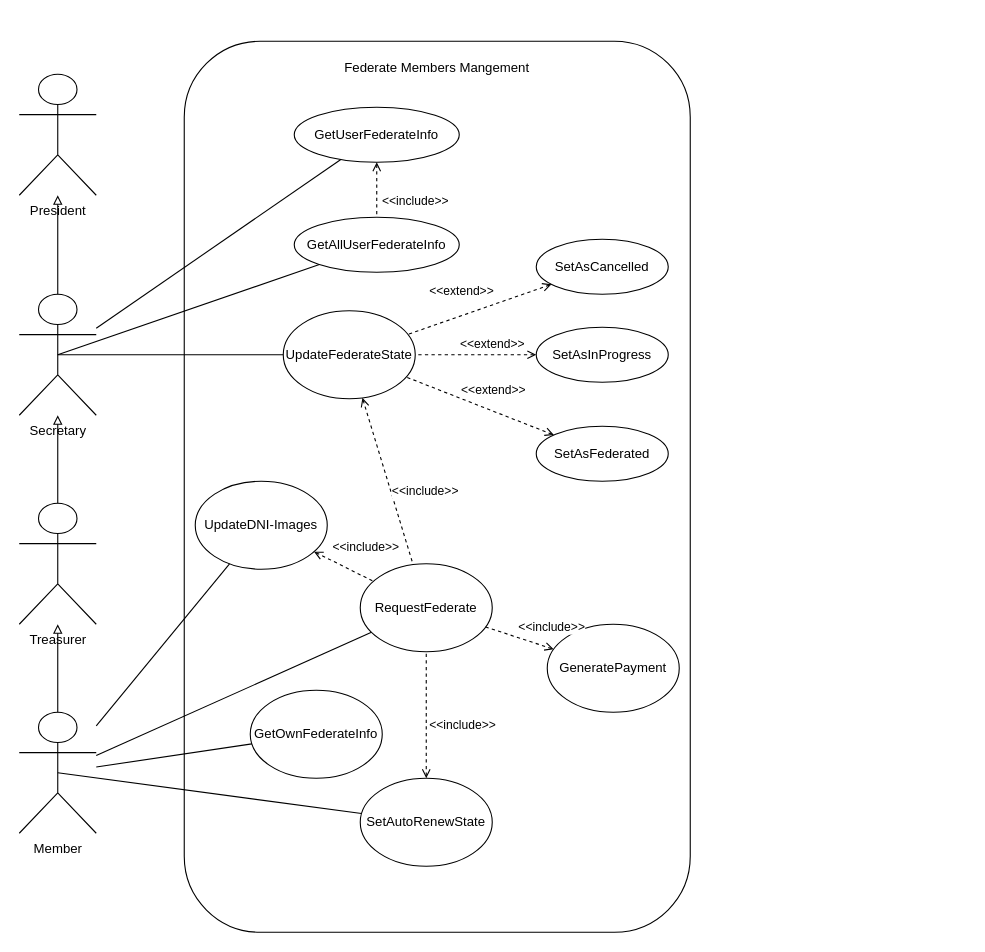
Earlier version of the draw.io diagram doc/Diagrams/CaseUse/MembersManagement.drawio (kunder93/cxn_back). Source tidied: cells renumbered, new cells numbered last; positions are measured from the earlier drawing's top-left corner, leaving out a move shared by most shapes. Both pictures are drawn from the tidied source at 110%, with x=0, y=0 at pixel (19, 41).
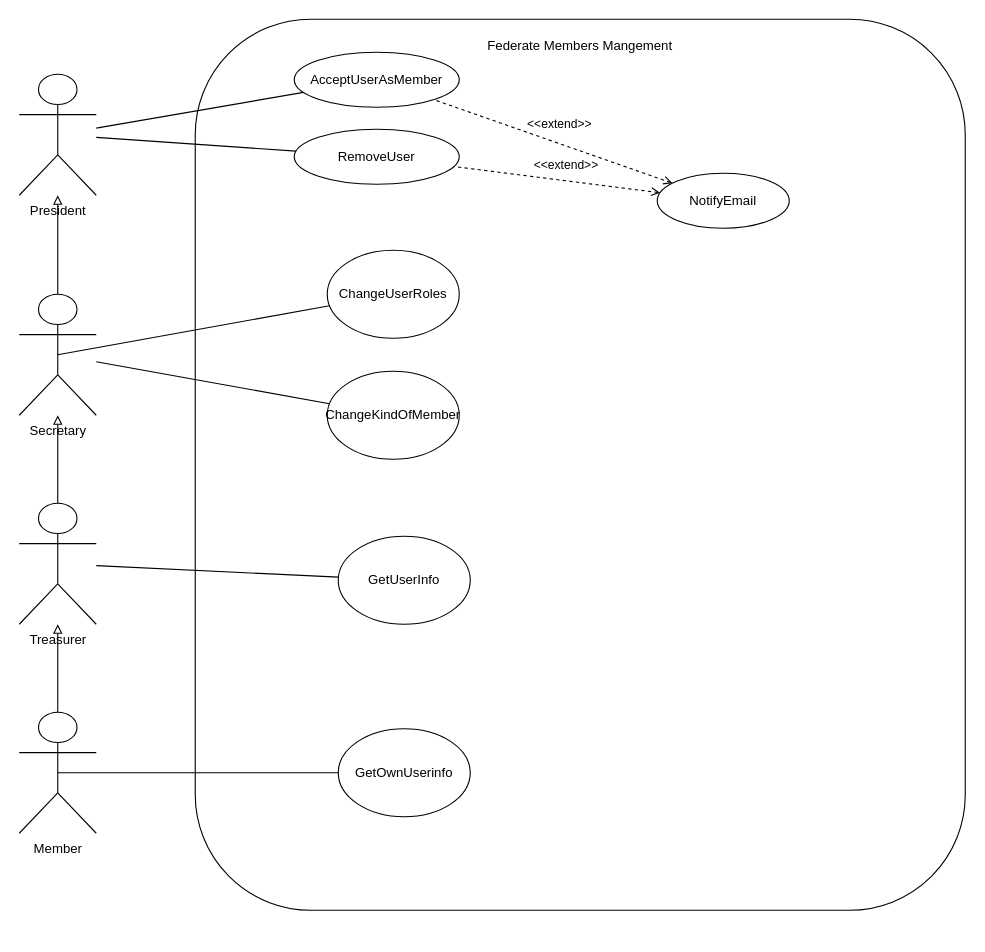
Above is the later version.

Unchanged cells that the change refers to:
```xml
<mxCell id="3" value="President" style="shape=umlActor;verticalLabelPosition=bottom;verticalAlign=top;html=1;outlineConnect=0;" parent="1" vertex="1">
  <mxGeometry y="30" width="70" height="110" as="geometry" />
</mxCell>
<mxCell id="4" value="Member" style="shape=umlActor;verticalLabelPosition=bottom;verticalAlign=top;html=1;outlineConnect=0;" parent="1" vertex="1">
  <mxGeometry y="610" width="70" height="110" as="geometry" />
</mxCell>
<mxCell id="8" value="Secretary" style="shape=umlActor;verticalLabelPosition=bottom;verticalAlign=top;html=1;outlineConnect=0;" parent="1" vertex="1">
  <mxGeometry y="230" width="70" height="110" as="geometry" />
</mxCell>
<mxCell id="29" value="Treasurer" style="shape=umlActor;verticalLabelPosition=bottom;verticalAlign=top;html=1;outlineConnect=0;" parent="1" vertex="1">
  <mxGeometry y="420" width="70" height="110" as="geometry" />
</mxCell>
```

Diff of the diagram source:
```diff
@@
     <mxCell id="2" value="&lt;div&gt;Federate Members Mangement&lt;/div&gt;&lt;div&gt;&lt;br&gt;&lt;/div&gt;&lt;div&gt;&lt;br&gt;&lt;/div&gt;&lt;div&gt;&lt;br&gt;&lt;/div&gt;&lt;div&gt;&lt;br&gt;&lt;/div&gt;&lt;div&gt;&lt;br&gt;&lt;/div&gt;&lt;div&gt;&lt;br&gt;&lt;/div&gt;&lt;div&gt;&lt;br&gt;&lt;/div&gt;&lt;div&gt;&lt;br&gt;&lt;/div&gt;&lt;div&gt;&lt;br&gt;&lt;/div&gt;&lt;div&gt;&lt;br&gt;&lt;/div&gt;&lt;div&gt;&lt;br&gt;&lt;/div&gt;&lt;div&gt;&lt;br&gt;&lt;/div&gt;&lt;div&gt;&lt;br&gt;&lt;/div&gt;&lt;div&gt;&lt;br&gt;&lt;/div&gt;&lt;div&gt;&lt;br&gt;&lt;/div&gt;&lt;div&gt;&lt;br&gt;&lt;/div&gt;&lt;div&gt;&lt;br&gt;&lt;/div&gt;&lt;div&gt;&lt;br&gt;&lt;/div&gt;&lt;div&gt;&lt;br&gt;&lt;/div&gt;&lt;div&gt;&lt;br&gt;&lt;/div&gt;&lt;div&gt;&lt;br&gt;&lt;/div&gt;&lt;div&gt;&lt;br&gt;&lt;/div&gt;&lt;div&gt;&lt;br&gt;&lt;/div&gt;&lt;div&gt;&lt;br&gt;&lt;/div&gt;&lt;div&gt;&lt;br&gt;&lt;/div&gt;&lt;div&gt;&lt;br&gt;&lt;/div&gt;&lt;div&gt;&lt;br&gt;&lt;/div&gt;&lt;div&gt;&lt;br&gt;&lt;/div&gt;&lt;div&gt;&lt;br&gt;&lt;/div&gt;&lt;div&gt;&lt;br&gt;&lt;/div&gt;&lt;div&gt;&lt;br&gt;&lt;/div&gt;&lt;div&gt;&lt;br&gt;&lt;/div&gt;&lt;div&gt;&lt;br&gt;&lt;/div&gt;&lt;div&gt;&lt;br&gt;&lt;/div&gt;&lt;div&gt;&lt;br&gt;&lt;/div&gt;&lt;div&gt;&lt;br&gt;&lt;/div&gt;&lt;div&gt;&lt;br&gt;&lt;/div&gt;&lt;div&gt;&lt;br&gt;&lt;/div&gt;&lt;div&gt;&lt;br&gt;&lt;/div&gt;&lt;div&gt;&lt;br&gt;&lt;/div&gt;&lt;div&gt;&lt;br&gt;&lt;/div&gt;&lt;div&gt;&lt;br&gt;&lt;/div&gt;&lt;div&gt;&lt;br&gt;&lt;/div&gt;&lt;div&gt;&lt;br&gt;&lt;/div&gt;&lt;div&gt;&lt;br&gt;&lt;/div&gt;&lt;div&gt;&lt;br&gt;&lt;/div&gt;&lt;div&gt;&lt;br&gt;&lt;/div&gt;&lt;div&gt;&lt;br&gt;&lt;/div&gt;&lt;div&gt;&lt;br&gt;&lt;/div&gt;&lt;div&gt;&lt;br&gt;&lt;/div&gt;&lt;div&gt;&lt;br&gt;&lt;/div&gt;&lt;div&gt;&lt;br&gt;&lt;/div&gt;&lt;div&gt;&lt;br&gt;&lt;/div&gt;" style="rounded=1;whiteSpace=wrap;html=1;" parent="1" vertex="1">
-      <mxGeometry x="150" width="460" height="810" as="geometry" />
+      <mxGeometry x="160" y="-20" width="700" height="810" as="geometry" />
     </mxCell>
@@
-    <mxCell id="5" value="RequestFederate" style="ellipse;whiteSpace=wrap;html=1;" parent="1" vertex="1">
-      <mxGeometry x="310" y="475" width="120" height="80" as="geometry" />
-    </mxCell>
-    <mxCell id="6" value="SetAsCancelled" style="ellipse;whiteSpace=wrap;html=1;" parent="1" vertex="1">
-      <mxGeometry x="470" y="180" width="120" height="50" as="geometry" />
-    </mxCell>
-    <mxCell id="7" value="GeneratePayment" style="ellipse;whiteSpace=wrap;html=1;" parent="1" vertex="1">
-      <mxGeometry x="480" y="530" width="120" height="80" as="geometry" />
-    </mxCell>
@@
-    <mxCell id="9" style="endArrow=none;html=1;rounded=0;" parent="1" edge="1" source="4" target="5">
-      <mxGeometry relative="1" as="geometry" />
-    </mxCell>
-    <mxCell id="10" style="endArrow=none;html=1;rounded=0;dashed=1;strokeColor=default;startArrow=open;startFill=0;" parent="1" edge="1" source="7" target="5">
-      <mxGeometry relative="1" as="geometry" />
-    </mxCell>
-    <mxCell id="11" value="&amp;lt;&amp;lt;include&amp;gt;&amp;gt;" style="edgeLabel;html=1;align=center;verticalAlign=middle;" parent="10" vertex="1">
-      <mxGeometry y="1" relative="1" as="geometry">
-        <mxPoint x="29" y="-11" as="offset" />
-      </mxGeometry>
-    </mxCell>
-    <mxCell id="12" value="UpdateDNI-Images" style="ellipse;whiteSpace=wrap;html=1;" parent="1" vertex="1">
-      <mxGeometry x="160" y="400" width="120" height="80" as="geometry" />
-    </mxCell>
-    <mxCell id="13" style="endArrow=none;html=1;rounded=0;" parent="1" edge="1" source="4" target="12">
-      <mxGeometry relative="1" as="geometry" />
-    </mxCell>
-    <mxCell id="14" style="endArrow=none;html=1;rounded=0;dashed=1;strokeColor=default;startArrow=open;startFill=0;" parent="1" edge="1" source="12" target="5">
-      <mxGeometry relative="1" as="geometry" />
-    </mxCell>
-    <mxCell id="15" value="&amp;lt;&amp;lt;include&amp;gt;&amp;gt;" style="edgeLabel;html=1;align=center;verticalAlign=middle;" parent="14" vertex="1">
-      <mxGeometry y="1" relative="1" as="geometry">
-        <mxPoint x="19" y="-17" as="offset" />
-      </mxGeometry>
-    </mxCell>
-    <mxCell id="16" value="UpdateFederateState" style="ellipse;whiteSpace=wrap;html=1;" parent="1" vertex="1">
-      <mxGeometry x="240" y="245" width="120" height="80" as="geometry" />
+    <mxCell id="16" value="ChangeUserRoles" style="ellipse;whiteSpace=wrap;html=1;" parent="1" vertex="1">
+      <mxGeometry x="280" y="190" width="120" height="80" as="geometry" />
     </mxCell>
-    <mxCell id="17" value="SetAsFederated" style="ellipse;whiteSpace=wrap;html=1;" parent="1" vertex="1">
-      <mxGeometry x="470" y="350" width="120" height="50" as="geometry" />
-    </mxCell>
-    <mxCell id="18" style="endArrow=none;html=1;rounded=0;dashed=1;startArrow=open;startFill=0;" parent="1" edge="1" source="6" target="16">
-      <mxGeometry relative="1" as="geometry" />
-    </mxCell>
-    <mxCell id="19" value="&amp;lt;&amp;lt;extend&amp;gt;&amp;gt;" style="edgeLabel;html=1;align=center;verticalAlign=middle;" parent="18" vertex="1">
-      <mxGeometry x="-0.01" y="-2" relative="1" as="geometry">
-        <mxPoint x="-17" y="-15" as="offset" />
-      </mxGeometry>
-    </mxCell>
-    <mxCell id="20" style="endArrow=none;html=1;rounded=0;dashed=1;startArrow=open;startFill=0;" parent="1" edge="1" source="17" target="16">
-      <mxGeometry relative="1" as="geometry" />
-    </mxCell>
-    <mxCell id="21" value="&amp;lt;&amp;lt;extend&amp;gt;&amp;gt;" style="edgeLabel;html=1;align=center;verticalAlign=middle;" parent="20" vertex="1">
-      <mxGeometry x="0.15" y="1" relative="1" as="geometry">
-        <mxPoint x="22" y="-12" as="offset" />
-      </mxGeometry>
-    </mxCell>
-    <mxCell id="22" value="SetAsInProgress" style="ellipse;whiteSpace=wrap;html=1;" parent="1" vertex="1">
-      <mxGeometry x="470" y="260" width="120" height="50" as="geometry" />
+    <mxCell id="22" value="NotifyEmail" style="ellipse;whiteSpace=wrap;html=1;" parent="1" vertex="1">
+      <mxGeometry x="580" y="120" width="120" height="50" as="geometry" />
     </mxCell>
-    <mxCell id="23" style="endArrow=none;html=1;rounded=0;dashed=1;startArrow=open;startFill=0;" parent="1" edge="1" source="22" target="16">
+    <mxCell id="23" style="endArrow=none;html=1;rounded=0;dashed=1;startArrow=open;startFill=0;" parent="1" edge="1" source="22" target="34">
       <mxGeometry relative="1" as="geometry" />
     </mxCell>
@@
-    <mxCell id="25" style="endArrow=none;html=1;rounded=0;dashed=1;strokeColor=default;startArrow=open;startFill=0;" parent="1" edge="1" source="16" target="5">
-      <mxGeometry relative="1" as="geometry" />
-    </mxCell>
-    <mxCell id="26" value="&amp;lt;&amp;lt;include&amp;gt;&amp;gt;" style="edgeLabel;html=1;align=center;verticalAlign=middle;" parent="25" vertex="1">
-      <mxGeometry y="1" relative="1" as="geometry">
-        <mxPoint x="33" y="9" as="offset" />
-      </mxGeometry>
-    </mxCell>
@@
-    <mxCell id="31" value="GetOwnFederateInfo" style="ellipse;whiteSpace=wrap;html=1;" parent="1" vertex="1">
-      <mxGeometry x="210" y="590" width="120" height="80" as="geometry" />
-    </mxCell>
-    <mxCell id="32" style="endArrow=none;html=1;rounded=0;" parent="1" edge="1" source="4" target="31">
-      <mxGeometry relative="1" as="geometry" />
-    </mxCell>
-    <mxCell id="33" value="GetUserFederateInfo" style="ellipse;whiteSpace=wrap;html=1;" parent="1" vertex="1">
-      <mxGeometry x="250" y="60" width="150" height="50" as="geometry" />
+    <mxCell id="33" value="AcceptUserAsMember" style="ellipse;whiteSpace=wrap;html=1;" parent="1" vertex="1">
+      <mxGeometry x="250" y="10" width="150" height="50" as="geometry" />
     </mxCell>
-    <mxCell id="34" value="GetAllUserFederateInfo" style="ellipse;whiteSpace=wrap;html=1;" parent="1" vertex="1">
-      <mxGeometry x="250" y="160" width="150" height="50" as="geometry" />
+    <mxCell id="34" value="RemoveUser" style="ellipse;whiteSpace=wrap;html=1;" parent="1" vertex="1">
+      <mxGeometry x="250" y="80" width="150" height="50" as="geometry" />
     </mxCell>
-    <mxCell id="35" style="endArrow=none;html=1;rounded=0;dashed=1;strokeColor=default;startArrow=open;startFill=0;" parent="1" edge="1" source="33" target="34">
-      <mxGeometry relative="1" as="geometry" />
-    </mxCell>
-    <mxCell id="36" value="&amp;lt;&amp;lt;include&amp;gt;&amp;gt;" style="edgeLabel;html=1;align=center;verticalAlign=middle;" parent="35" vertex="1">
-      <mxGeometry y="1" relative="1" as="geometry">
-        <mxPoint x="33" y="9" as="offset" />
-      </mxGeometry>
-    </mxCell>
-    <mxCell id="37" style="endArrow=none;html=1;rounded=0;exitX=0.5;exitY=0.5;exitDx=0;exitDy=0;exitPerimeter=0;" parent="1" edge="1" source="8" target="34">
+    <mxCell id="37" style="endArrow=none;html=1;rounded=0;" parent="1" edge="1" source="3" target="34">
       <mxGeometry relative="1" as="geometry" />
     </mxCell>
-    <mxCell id="38" style="endArrow=none;html=1;rounded=0;" parent="1" edge="1" source="8" target="33">
+    <mxCell id="38" style="endArrow=none;html=1;rounded=0;" parent="1" edge="1" source="3" target="33">
       <mxGeometry relative="1" as="geometry" />
     </mxCell>
-    <mxCell id="39" value="SetAutoRenewState" style="ellipse;whiteSpace=wrap;html=1;" parent="1" vertex="1">
-      <mxGeometry x="310" y="670" width="120" height="80" as="geometry" />
+    <mxCell id="39" value="GetOwnUserinfo" style="ellipse;whiteSpace=wrap;html=1;" parent="1" vertex="1">
+      <mxGeometry x="290" y="625" width="120" height="80" as="geometry" />
     </mxCell>
@@
-    <mxCell id="41" style="endArrow=none;html=1;rounded=0;dashed=1;strokeColor=default;startArrow=open;startFill=0;" parent="1" edge="1" source="39" target="5">
-      <mxGeometry relative="1" as="geometry" />
-    </mxCell>
-    <mxCell id="42" value="&amp;lt;&amp;lt;include&amp;gt;&amp;gt;" style="edgeLabel;html=1;align=center;verticalAlign=middle;" parent="41" vertex="1">
-      <mxGeometry y="1" relative="1" as="geometry">
-        <mxPoint x="33" y="9" as="offset" />
-      </mxGeometry>
-    </mxCell>
@@
+    <mxCell id="44" value="ChangeKindOfMember" style="ellipse;whiteSpace=wrap;html=1;" parent="1" vertex="1">
+      <mxGeometry x="280" y="300" width="120" height="80" as="geometry" />
+    </mxCell>
+    <mxCell id="45" style="endArrow=none;html=1;rounded=0;" parent="1" edge="1" source="8" target="44">
+      <mxGeometry relative="1" as="geometry" />
+    </mxCell>
+    <mxCell id="46" value="GetUserInfo" style="ellipse;whiteSpace=wrap;html=1;" parent="1" vertex="1">
+      <mxGeometry x="290" y="450" width="120" height="80" as="geometry" />
+    </mxCell>
+    <mxCell id="47" style="endArrow=none;html=1;rounded=0;" parent="1" edge="1" source="29" target="46">
+      <mxGeometry relative="1" as="geometry" />
+    </mxCell>
+    <mxCell id="48" style="endArrow=none;html=1;rounded=0;dashed=1;startArrow=open;startFill=0;" parent="1" edge="1" source="22" target="33">
+      <mxGeometry relative="1" as="geometry" />
+    </mxCell>
+    <mxCell id="49" value="&amp;lt;&amp;lt;extend&amp;gt;&amp;gt;" style="edgeLabel;html=1;align=center;verticalAlign=middle;" parent="48" vertex="1">
+      <mxGeometry x="0.15" y="1" relative="1" as="geometry">
+        <mxPoint x="22" y="-12" as="offset" />
+      </mxGeometry>
+    </mxCell>
```
